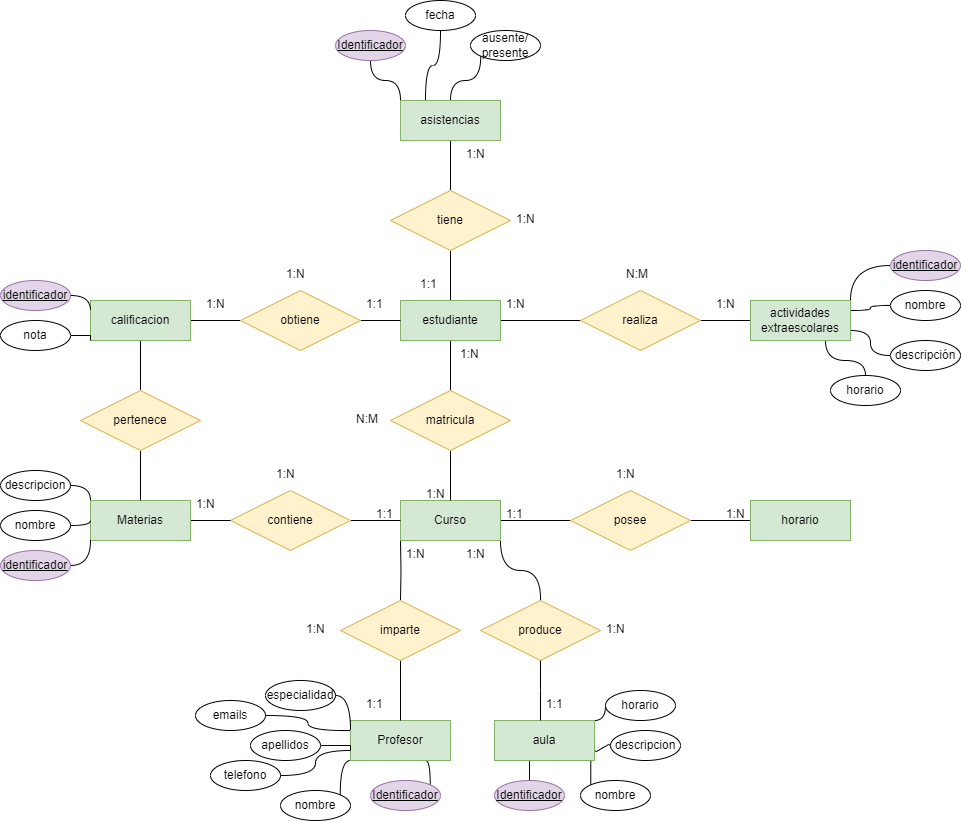
Above: Unidad-1/Tareas/Tarea-8/tarea8.drawio.png in jdrguez/2-Daw (draw.io), before the change. Source tidied: cells renumbered, new cells last; positions are measured from the earlier drawing's top-left corner, leaving out a move shared by most shapes.
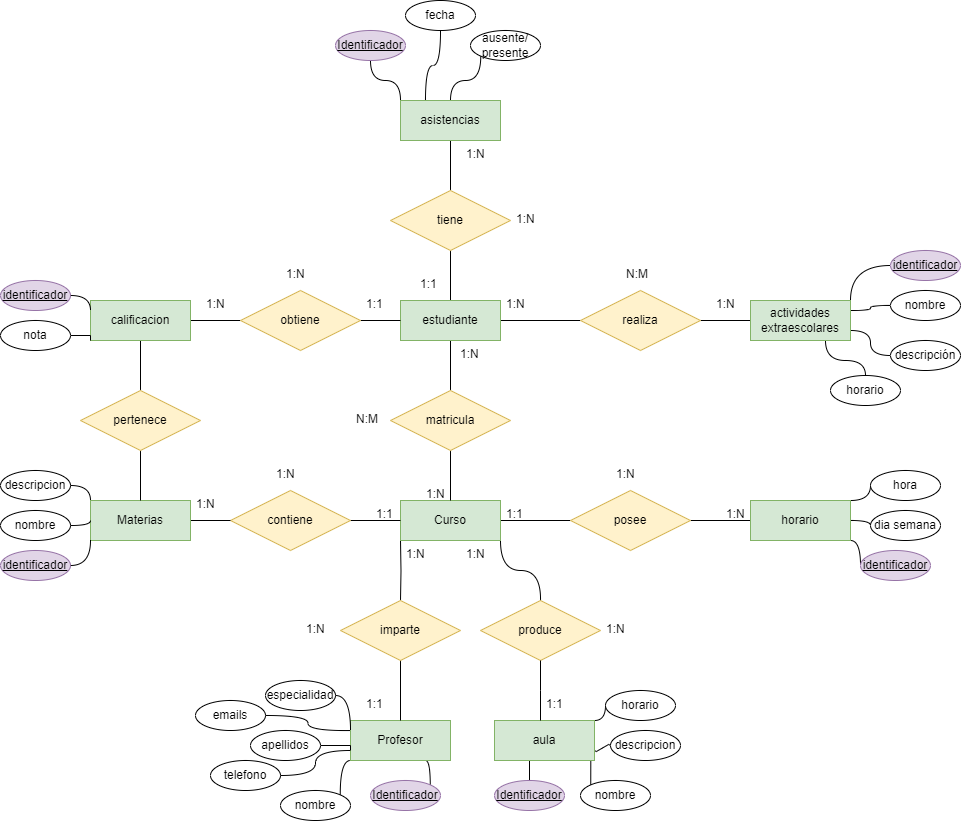
The same file after the commit.

Diff of the diagram source:
```diff
@@ -57,6 +57,15 @@
     <mxCell id="18" value="posee" style="shape=rhombus;perimeter=rhombusPerimeter;whiteSpace=wrap;html=1;align=center;fillColor=#fff2cc;strokeColor=#d6b656;" parent="1" vertex="1">
       <mxGeometry x="570" y="490" width="120" height="60" as="geometry" />
     </mxCell>
+    <mxCell id="106" style="edgeStyle=orthogonalEdgeStyle;rounded=0;jettySize=auto;html=1;exitX=1;exitY=1;exitDx=0;exitDy=0;entryX=0;entryY=0.5;entryDx=0;entryDy=0;curved=1;endArrow=none;endFill=0;fillColor=#e1d5e7;strokeColor=#000000;" parent="1" edge="1" source="19" target="109">
+      <mxGeometry relative="1" as="geometry" />
+    </mxCell>
+    <mxCell id="107" style="edgeStyle=orthogonalEdgeStyle;rounded=0;jettySize=auto;html=1;exitX=1;exitY=0.5;exitDx=0;exitDy=0;entryX=0;entryY=0.5;entryDx=0;entryDy=0;curved=1;endArrow=none;endFill=0;" parent="1" edge="1" source="19" target="110">
+      <mxGeometry relative="1" as="geometry" />
+    </mxCell>
+    <mxCell id="108" style="edgeStyle=orthogonalEdgeStyle;rounded=0;jettySize=auto;html=1;exitX=1;exitY=0;exitDx=0;exitDy=0;entryX=0;entryY=0.5;entryDx=0;entryDy=0;curved=1;endArrow=none;endFill=0;" parent="1" edge="1" source="19" target="111">
+      <mxGeometry relative="1" as="geometry" />
+    </mxCell>
     <mxCell id="19" value="horario" style="whiteSpace=wrap;html=1;align=center;fillColor=#d5e8d4;strokeColor=#82b366;" parent="1" vertex="1">
       <mxGeometry x="750" y="500" width="100" height="40" as="geometry" />
     </mxCell>
@@ -322,5 +331,14 @@
     <mxCell id="105" value="descripcion" style="ellipse;whiteSpace=wrap;html=1;align=center;" parent="1" vertex="1">
       <mxGeometry y="470" width="70" height="30" as="geometry" />
     </mxCell>
+    <mxCell id="109" value="&lt;u&gt;identificador&lt;/u&gt;" style="ellipse;whiteSpace=wrap;html=1;align=center;fillColor=#e1d5e7;strokeColor=#9673a6;" parent="1" vertex="1">
+      <mxGeometry x="860" y="550" width="70" height="30" as="geometry" />
+    </mxCell>
+    <mxCell id="110" value="dia semana" style="ellipse;whiteSpace=wrap;html=1;align=center;" parent="1" vertex="1">
+      <mxGeometry x="870" y="510" width="70" height="30" as="geometry" />
+    </mxCell>
+    <mxCell id="111" value="hora" style="ellipse;whiteSpace=wrap;html=1;align=center;" parent="1" vertex="1">
+      <mxGeometry x="870" y="470" width="70" height="30" as="geometry" />
+    </mxCell>
   </root>
 </mxGraphModel>
```
